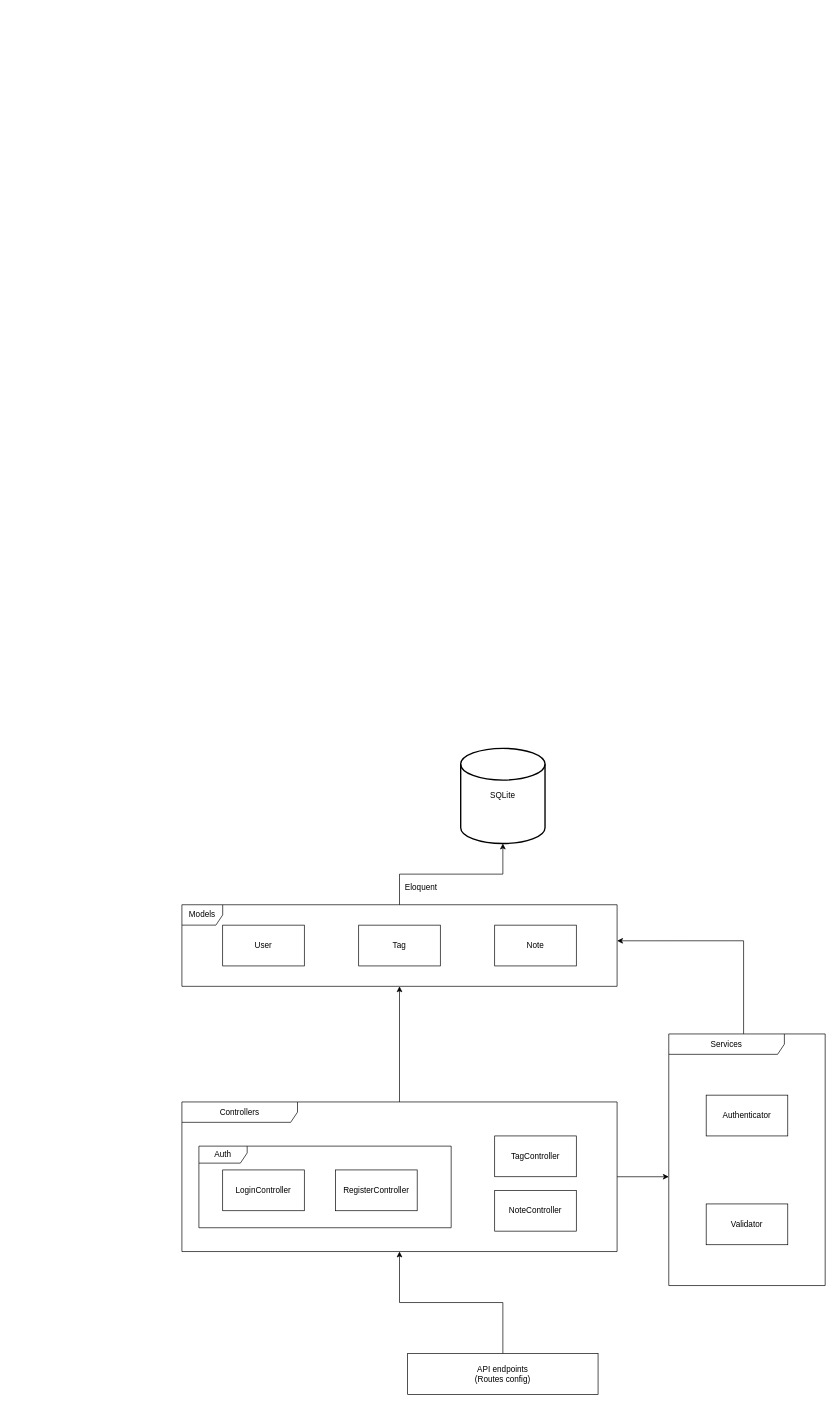
quentin-mace/OC-p2-tranformer-architecture keeps this draw.io diagram as docs/diagrams/target-components.drawio. Above is the earlier version. Source tidied: cells renumbered, new cells numbered last; positions are measured from the earlier drawing's top-left corner, leaving out a move shared by most shapes. Both pictures are drawn from the tidied source at 68%, with x=0, y=0 at pixel (182, 748).
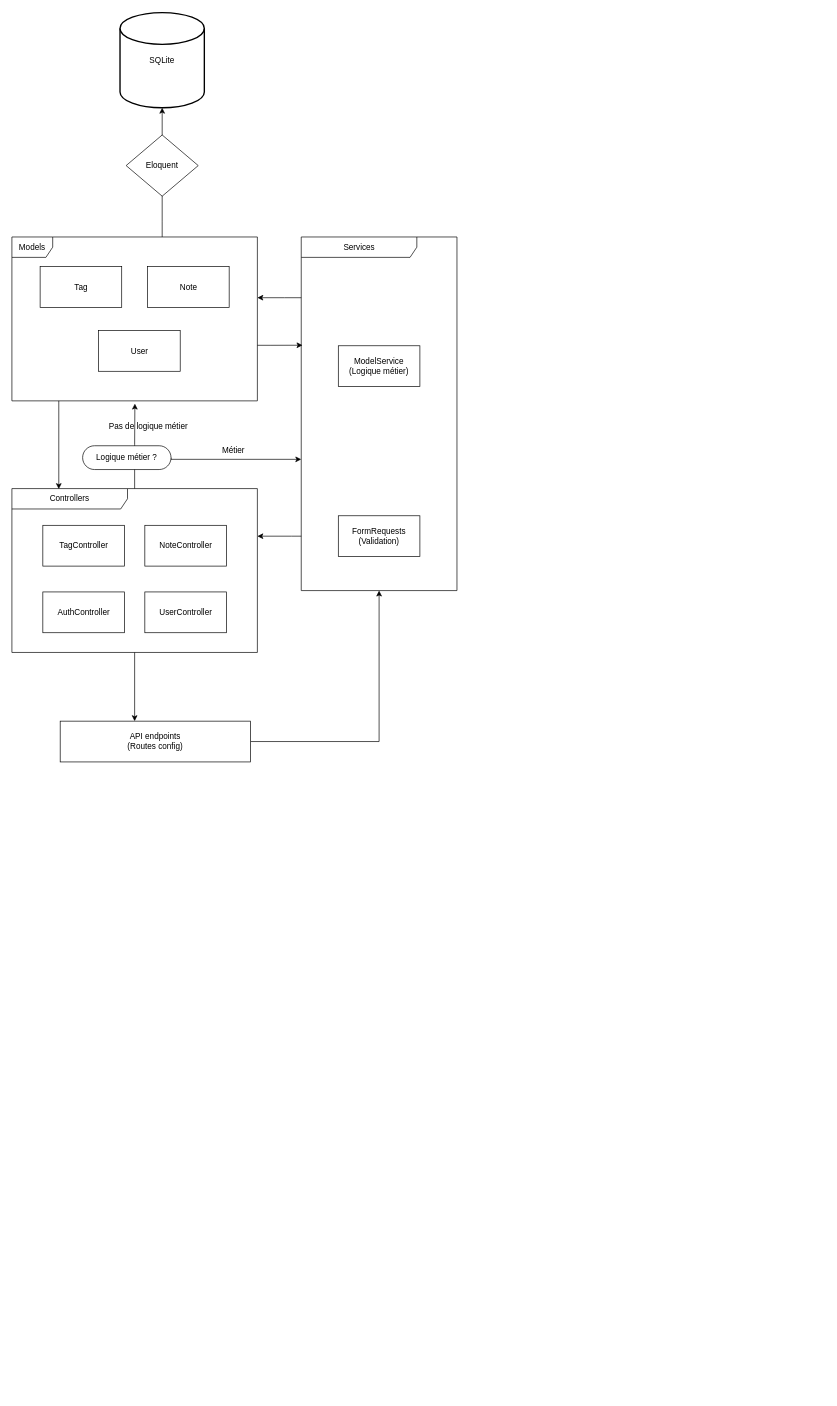
The same page after the edit.

The edit, as a diff of the source:
```diff
@@
     <mxCell id="2" value="&lt;div&gt;SQLite&lt;/div&gt;" style="strokeWidth=2;html=1;shape=mxgraph.flowchart.database;whiteSpace=wrap;" parent="1" vertex="1">
-      <mxGeometry x="410" width="124" height="140" as="geometry" />
+      <mxGeometry x="-91" y="-1082" width="124" height="140" as="geometry" />
     </mxCell>
     <mxCell id="3" style="edgeStyle=orthogonalEdgeStyle;rounded=0;jettySize=auto;html=1;" parent="1" edge="1" source="4" target="2">
-      <mxGeometry relative="1" as="geometry" />
+      <mxGeometry relative="1" as="geometry">
+        <Array as="points">
+          <mxPoint x="-29" y="-775.3" />
+          <mxPoint x="-29" y="-775.3" />
+        </Array>
+      </mxGeometry>
     </mxCell>
     <mxCell id="4" value="Models" style="shape=umlFrame;whiteSpace=wrap;html=1;" parent="1" vertex="1">
-      <mxGeometry y="230" width="640" height="120" as="geometry" />
+      <mxGeometry x="-250" y="-752" width="361" height="241" as="geometry" />
     </mxCell>
     <mxCell id="5" value="User" style="rounded=0;whiteSpace=wrap;html=1;" parent="1" vertex="1">
-      <mxGeometry x="60" y="260" width="120" height="60" as="geometry" />
+      <mxGeometry x="-122.5" y="-614.5" width="120" height="60" as="geometry" />
     </mxCell>
     <mxCell id="6" value="Tag" style="rounded=0;whiteSpace=wrap;html=1;" parent="1" vertex="1">
-      <mxGeometry x="260" y="260" width="120" height="60" as="geometry" />
+      <mxGeometry x="-208.5" y="-708.5" width="120" height="60" as="geometry" />
     </mxCell>
     <mxCell id="7" value="&lt;div&gt;Note&lt;/div&gt;" style="rounded=0;whiteSpace=wrap;html=1;" parent="1" vertex="1">
-      <mxGeometry x="460" y="260" width="120" height="60" as="geometry" />
+      <mxGeometry x="-50.5" y="-708.5" width="120" height="60" as="geometry" />
     </mxCell>
-    <mxCell id="8" style="edgeStyle=orthogonalEdgeStyle;rounded=0;jettySize=auto;html=1;" parent="1" edge="1" source="10" target="4">
-      <mxGeometry relative="1" as="geometry" />
-    </mxCell>
-    <mxCell id="9" style="edgeStyle=orthogonalEdgeStyle;rounded=0;jettySize=auto;html=1;" parent="1" edge="1" source="10" target="19">
-      <mxGeometry relative="1" as="geometry">
-        <Array as="points">
-          <mxPoint x="636" y="570" />
-          <mxPoint x="636" y="570" />
-        </Array>
-      </mxGeometry>
-    </mxCell>
+    <mxCell id="23" style="edgeStyle=orthogonalEdgeStyle;rounded=0;jettySize=auto;html=1;exitX=1;exitY=0.5;exitDx=0;exitDy=0;exitPerimeter=0;" parent="1" edge="1" source="35">
+      <mxGeometry relative="1" as="geometry">
+        <mxPoint x="175.5" y="-425" as="targetPoint" />
+        <Array as="points">
+          <mxPoint x="-16" y="-425" />
+        </Array>
+      </mxGeometry>
+    </mxCell>
+    <mxCell id="24" style="edgeStyle=orthogonalEdgeStyle;rounded=0;jettySize=auto;html=1;" parent="1" edge="1" source="10" target="15">
+      <mxGeometry relative="1" as="geometry">
+        <Array as="points">
+          <mxPoint x="-179" y="-162" />
+          <mxPoint x="-179" y="-162" />
+        </Array>
+      </mxGeometry>
+    </mxCell>
     <mxCell id="10" value="&lt;div&gt;Controllers&lt;/div&gt;" style="shape=umlFrame;whiteSpace=wrap;html=1;width=170;height=30;" parent="1" vertex="1">
-      <mxGeometry y="520" width="640" height="220" as="geometry" />
+      <mxGeometry x="-250" y="-382" width="361" height="241" as="geometry" />
     </mxCell>
-    <mxCell id="11" value="Eloquent" style="text;html=1;whiteSpace=wrap;strokeColor=none;fillColor=none;align=center;verticalAlign=middle;rounded=0;" parent="1" vertex="1">
-      <mxGeometry x="322" y="190" width="60" height="30" as="geometry" />
-    </mxCell>
     <mxCell id="12" value="NoteController" style="rounded=0;whiteSpace=wrap;html=1;" parent="1" vertex="1">
-      <mxGeometry x="460" y="650" width="120" height="60" as="geometry" />
+      <mxGeometry x="-54.5" y="-328" width="120" height="60" as="geometry" />
     </mxCell>
     <mxCell id="13" value="TagController" style="rounded=0;whiteSpace=wrap;html=1;" parent="1" vertex="1">
-      <mxGeometry x="460" y="570" width="120" height="60" as="geometry" />
+      <mxGeometry x="-204.5" y="-328" width="120" height="60" as="geometry" />
     </mxCell>
-    <mxCell id="14" style="edgeStyle=orthogonalEdgeStyle;rounded=0;jettySize=auto;html=1;" parent="1" edge="1" source="15" target="10">
-      <mxGeometry relative="1" as="geometry" />
-    </mxCell>
+    <mxCell id="25" style="edgeStyle=orthogonalEdgeStyle;rounded=0;jettySize=auto;html=1;" parent="1" edge="1" source="15" target="19">
+      <mxGeometry relative="1" as="geometry" />
+    </mxCell>
     <mxCell id="15" value="&lt;div&gt;API endpoints&lt;/div&gt;&lt;div&gt;(Routes config)&lt;/div&gt;" style="rounded=0;whiteSpace=wrap;html=1;" parent="1" vertex="1">
-      <mxGeometry x="332" y="890" width="280" height="60" as="geometry" />
+      <mxGeometry x="-179" y="-40" width="280" height="60" as="geometry" />
     </mxCell>
-    <mxCell id="16" value="Auth" style="shape=umlFrame;whiteSpace=wrap;html=1;width=71;height=25;" parent="1" vertex="1">
-      <mxGeometry x="25" y="585" width="371" height="120" as="geometry" />
-    </mxCell>
-    <mxCell id="17" value="LoginController" style="rounded=0;whiteSpace=wrap;html=1;" parent="1" vertex="1">
-      <mxGeometry x="60" y="620" width="120" height="60" as="geometry" />
+    <mxCell id="17" value="AuthController" style="rounded=0;whiteSpace=wrap;html=1;" parent="1" vertex="1">
+      <mxGeometry x="-204.5" y="-230" width="120" height="60" as="geometry" />
     </mxCell>
-    <mxCell id="18" value="&lt;div&gt;RegisterController&lt;/div&gt;" style="rounded=0;whiteSpace=wrap;html=1;" parent="1" vertex="1">
-      <mxGeometry x="226" y="620" width="120" height="60" as="geometry" />
+    <mxCell id="18" value="UserController" style="rounded=0;whiteSpace=wrap;html=1;" parent="1" vertex="1">
+      <mxGeometry x="-54.5" y="-230" width="120" height="60" as="geometry" />
     </mxCell>
+    <mxCell id="26" style="edgeStyle=orthogonalEdgeStyle;rounded=0;orthogonalLoop=1;jettySize=auto;html=1;" parent="1" edge="1">
+      <mxGeometry relative="1" as="geometry">
+        <mxPoint x="175.5" y="-662.7" as="sourcePoint" />
+        <mxPoint x="111" y="-662.7" as="targetPoint" />
+        <Array as="points">
+          <mxPoint x="151" y="-662.7" />
+          <mxPoint x="151" y="-662.7" />
+        </Array>
+      </mxGeometry>
+    </mxCell>
+    <mxCell id="27" style="edgeStyle=orthogonalEdgeStyle;rounded=0;jettySize=auto;html=1;" parent="1" edge="1" source="19" target="10">
+      <mxGeometry relative="1" as="geometry">
+        <Array as="points">
+          <mxPoint x="161" y="-312" />
+          <mxPoint x="161" y="-312" />
+        </Array>
+      </mxGeometry>
+    </mxCell>
     <mxCell id="19" value="Services" style="shape=umlFrame;whiteSpace=wrap;html=1;width=170;height=30;" parent="1" vertex="1">
-      <mxGeometry x="716" y="420" width="230" height="370" as="geometry" />
+      <mxGeometry x="175.5" y="-752" width="229" height="520" as="geometry" />
     </mxCell>
-    <mxCell id="20" style="edgeStyle=orthogonalEdgeStyle;rounded=0;jettySize=auto;html=1;entryX=1;entryY=0.442;entryDx=0;entryDy=0;entryPerimeter=0;" parent="1" edge="1" source="19" target="4">
-      <mxGeometry relative="1" as="geometry">
-        <Array as="points">
-          <mxPoint x="826" y="283" />
-        </Array>
-      </mxGeometry>
-    </mxCell>
-    <mxCell id="21" value="Authenticator" style="rounded=0;whiteSpace=wrap;html=1;" parent="1" vertex="1">
-      <mxGeometry x="771" y="510" width="120" height="60" as="geometry" />
-    </mxCell>
-    <mxCell id="22" value="Validator" style="rounded=0;whiteSpace=wrap;html=1;" parent="1" vertex="1">
-      <mxGeometry x="771" y="670" width="120" height="60" as="geometry" />
-    </mxCell>
+    <mxCell id="28" style="shape=rhombus;html=1;dashed=0;whiteSpace=wrap;perimeter=rhombusPerimeter;" parent="1" vertex="1">
+      <mxGeometry x="-82" y="-902" width="106" height="90" as="geometry" />
+    </mxCell>
+    <mxCell id="11" value="Eloquent" style="text;html=1;whiteSpace=wrap;strokeColor=none;fillColor=none;align=center;verticalAlign=middle;rounded=0;" parent="1" vertex="1">
+      <mxGeometry x="-59" y="-872" width="60" height="30" as="geometry" />
+    </mxCell>
+    <mxCell id="29" value="&lt;div&gt;FormRequests&lt;/div&gt;&lt;div&gt;(Validation)&lt;/div&gt;" style="rounded=0;whiteSpace=wrap;html=1;" parent="1" vertex="1">
+      <mxGeometry x="230" y="-342" width="120" height="60" as="geometry" />
+    </mxCell>
+    <mxCell id="30" value="&lt;div&gt;ModelService&lt;/div&gt;&lt;div&gt;(Logique métier)&lt;/div&gt;" style="rounded=0;whiteSpace=wrap;html=1;" parent="1" vertex="1">
+      <mxGeometry x="230" y="-592" width="120" height="60" as="geometry" />
+    </mxCell>
+    <mxCell id="31" value="Pas de logique métier" style="text;html=1;whiteSpace=wrap;strokeColor=none;fillColor=none;align=center;verticalAlign=middle;rounded=0;" parent="1" vertex="1">
+      <mxGeometry x="-114" y="-488" width="130" height="30" as="geometry" />
+    </mxCell>
+    <mxCell id="32" value="Métier" style="text;html=1;whiteSpace=wrap;strokeColor=none;fillColor=none;align=center;verticalAlign=middle;rounded=0;" parent="1" vertex="1">
+      <mxGeometry x="46" y="-453" width="60" height="30" as="geometry" />
+    </mxCell>
+    <mxCell id="33" style="edgeStyle=orthogonalEdgeStyle;rounded=0;orthogonalLoop=1;jettySize=auto;html=1;entryX=0.008;entryY=0.192;entryDx=0;entryDy=0;entryPerimeter=0;" parent="1" edge="1">
+      <mxGeometry relative="1" as="geometry">
+        <mxPoint x="111" y="-592.7" as="sourcePoint" />
+        <mxPoint x="177.3" y="-592.8" as="targetPoint" />
+        <Array as="points">
+          <mxPoint x="131" y="-592.7" />
+          <mxPoint x="131" y="-592.7" />
+        </Array>
+      </mxGeometry>
+    </mxCell>
+    <mxCell id="34" style="edgeStyle=orthogonalEdgeStyle;rounded=0;jettySize=auto;html=1;entryX=0.191;entryY=0.003;entryDx=0;entryDy=0;entryPerimeter=0;" parent="1" edge="1" source="4" target="10">
+      <mxGeometry relative="1" as="geometry">
+        <Array as="points">
+          <mxPoint x="-181.1" y="-561.2" />
+          <mxPoint x="-181.1" y="-561.2" />
+        </Array>
+      </mxGeometry>
+    </mxCell>
+    <mxCell id="8" style="edgeStyle=orthogonalEdgeStyle;rounded=0;jettySize=auto;html=1;entryX=0.501;entryY=1.017;entryDx=0;entryDy=0;entryPerimeter=0;" parent="1" edge="1" source="10" target="4">
+      <mxGeometry relative="1" as="geometry" />
+    </mxCell>
+    <mxCell id="35" value="Logique métier ?" style="html=1;dashed=0;whiteSpace=wrap;shape=mxgraph.dfd.start;" parent="1" vertex="1">
+      <mxGeometry x="-146" y="-445" width="130" height="35" as="geometry" />
+    </mxCell>
```
